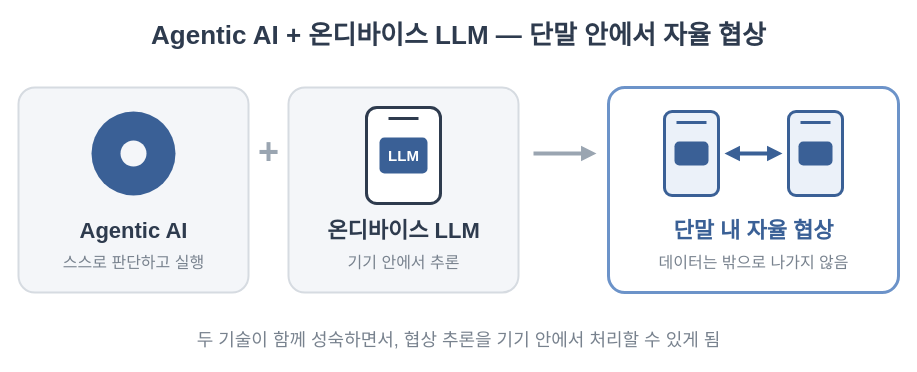
byeol07-mom/architect-teamproject keeps this draw.io diagram as docs/slides/images/기술환경-AgenticAI-온디바이스LLM.drawio. Above is the earlier version. Source tidied: cells renumbered, new cells numbered last; positions are measured from the earlier drawing's top-left corner, leaving out a move shared by most shapes. Both pictures are drawn from the tidied source at 100%, with x=0, y=0 at pixel (18, 17).
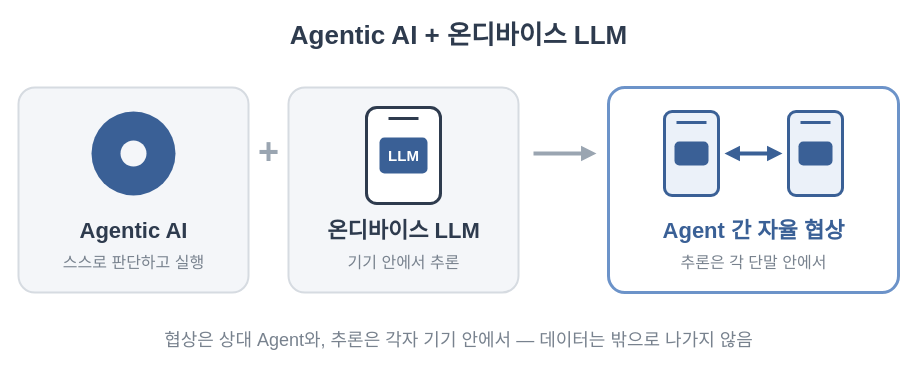
Above is the later version.

Commit message (it also covers changes not shown here):
docs(slides): 통합 도식 결론 문구 정정 — 협상 주체는 Agent 간

Change to the diagram source:
```diff
@@
-    <mxCell id="2" value="Agentic AI + 온디바이스 LLM — 단말 안에서 자율 협상" style="text;html=1;align=center;verticalAlign=middle;fontSize=26;fontStyle=1;fontColor=#2E3B4E;" parent="1" vertex="1">
+    <mxCell id="2" value="Agentic AI + 온디바이스 LLM" style="text;html=1;align=center;verticalAlign=middle;fontSize=26;fontStyle=1;fontColor=#2E3B4E;" parent="1" vertex="1">
       <mxGeometry x="40" width="800" height="36" as="geometry" />
     </mxCell>
@@
-    <mxCell id="24" value="단말 내 자율 협상" style="text;html=1;align=center;verticalAlign=middle;fontSize=22;fontStyle=1;fontColor=#3A6096;" parent="1" vertex="1">
+    <mxCell id="24" value="Agent 간 자율 협상" style="text;html=1;align=center;verticalAlign=middle;fontSize=22;fontStyle=1;fontColor=#3A6096;" parent="1" vertex="1">
       <mxGeometry x="590" y="198" width="290" height="32" as="geometry" />
     </mxCell>
-    <mxCell id="25" value="데이터는 밖으로 나가지 않음" style="text;html=1;align=center;verticalAlign=middle;fontSize=16;fontColor=#78828E;" parent="1" vertex="1">
+    <mxCell id="25" value="추론은 각 단말 안에서" style="text;html=1;align=center;verticalAlign=middle;fontSize=16;fontColor=#78828E;" parent="1" vertex="1">
       <mxGeometry x="590" y="231" width="290" height="28" as="geometry" />
     </mxCell>
-    <mxCell id="26" value="두 기술이 함께 성숙하면서, 협상 추론을 기기 안에서 처리할 수 있게 됨" style="text;html=1;align=center;verticalAlign=middle;fontSize=18;fontColor=#78828E;" parent="1" vertex="1">
+    <mxCell id="26" value="협상은 상대 Agent와, 추론은 각자 기기 안에서 — 데이터는 밖으로 나가지 않음" style="text;html=1;align=center;verticalAlign=middle;fontSize=18;fontColor=#78828E;" parent="1" vertex="1">
       <mxGeometry x="40" y="308" width="800" height="30" as="geometry" />
     </mxCell>
```
